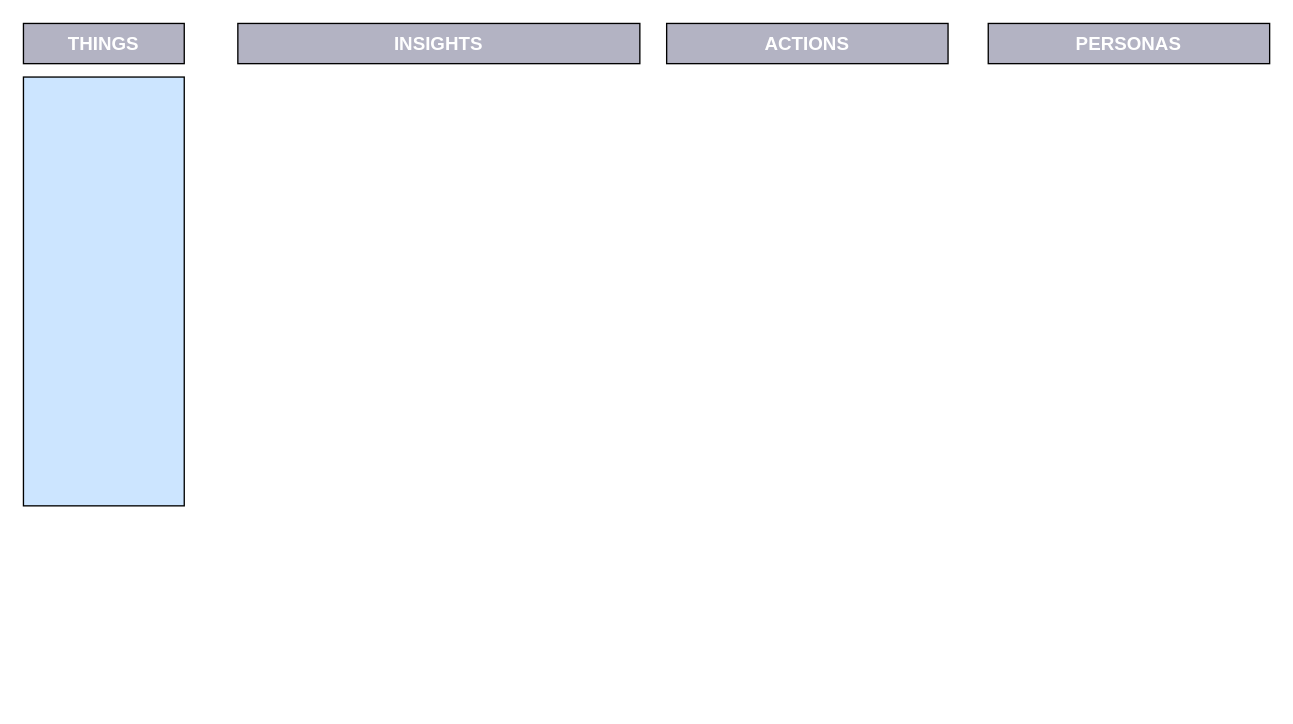
Above: Untitled Diagram.drawio in sujaykumarbs/ASPNET-Web-App-Repo (draw.io), before the change. Source tidied: cells renumbered, new cells numbered last; positions are measured from the earlier drawing's top-left corner, leaving out a move shared by most shapes. Both pictures are drawn from the tidied source at 134%, with x=0, y=0 at pixel (23, 23).
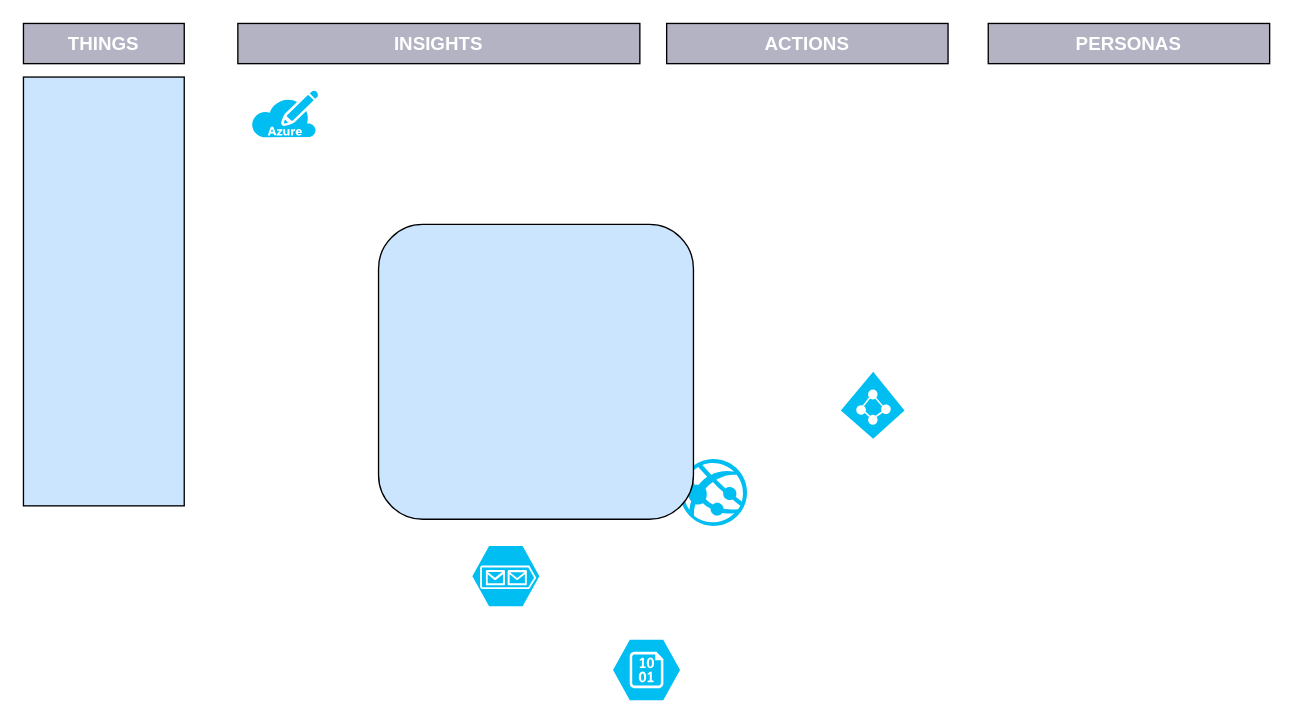
The same page after the edit.

What changed in the source:
```diff
@@
+    <mxCell id="19" style="verticalLabelPosition=bottom;html=1;verticalAlign=top;align=center;strokeColor=none;fillColor=#00BEF2;shape=mxgraph.azure.azure_subscription;" parent="1" vertex="1">
+      <mxGeometry x="170" y="50" width="50" height="35" as="geometry" />
+    </mxCell>
+    <mxCell id="20" style="verticalLabelPosition=bottom;html=1;verticalAlign=top;align=center;strokeColor=none;fillColor=#00BEF2;shape=mxgraph.azure.storage_blob;" parent="1" vertex="1">
+      <mxGeometry x="440" y="460" width="50" height="45" as="geometry" />
+    </mxCell>
+    <mxCell id="21" style="verticalLabelPosition=bottom;html=1;verticalAlign=top;align=center;strokeColor=none;fillColor=#00BEF2;shape=mxgraph.azure.storage_queue;" parent="1" vertex="1">
+      <mxGeometry x="335" y="390" width="50" height="45" as="geometry" />
+    </mxCell>
+    <mxCell id="22" style="verticalLabelPosition=bottom;html=1;verticalAlign=top;align=center;strokeColor=none;fillColor=#00BEF2;shape=mxgraph.azure.azure_website;" parent="1" vertex="1">
+      <mxGeometry x="490" y="325" width="50" height="50" as="geometry" />
+    </mxCell>
+    <mxCell id="23" style="verticalLabelPosition=bottom;html=1;verticalAlign=top;align=center;strokeColor=none;fillColor=#00BEF2;shape=mxgraph.azure.azure_active_directory;" parent="1" vertex="1">
+      <mxGeometry x="610" y="260" width="47.5" height="50" as="geometry" />
+    </mxCell>
+    <mxCell id="24" style="rounded=1;whiteSpace=wrap;html=1;fillColor=#CCE5FF;" parent="1" vertex="1">
+      <mxGeometry x="265" y="150" width="235" height="220" as="geometry" />
+    </mxCell>
```
